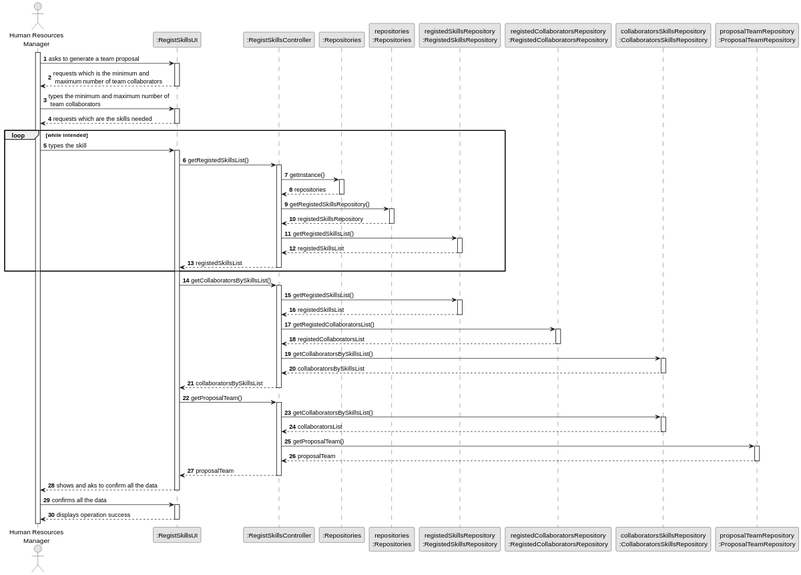
Above: docs/sprint2/us005/03.design/svg/us005-sequence-diagram-full.svg in 1231360-ISEP/lei-24-s2-1db-g021 (PlantUML), before the change. The source it was exported from:
```plantuml
@startuml
skinparam monochrome true
skinparam packageStyle rectangle
skinparam shadowing false

actor "Human Resources\nManager" as HRM
participant ":RegistSkillsUI" as UI
participant ":RegistSkillsController" as CTRL
participant ":Repositories" as RepositorySingleton
participant "repositories\n:Repositories" as PLAT
participant "registedSkillsRepository\n:RegistedSkillsRepository" as RegistedSkillsRepository
participant "registedCollaboratorsRepository\n:RegistedCollaboratorsRepository" as RegistedCollaboratorsRepository
participant "collaboratorsSkillsRepository\n:CollaboratorsSkillsRepository" as CollaboratorsSkillsRepository
participant "proposalTeamRepository\n:ProposalTeamRepository" as ProposalTeamRepository

autonumber 1

activate HRM

    HRM -> UI : asks to generate a team proposal
        activate UI

    UI --> HRM : requests which is the minimum and\n maximum number of team collaborators
    deactivate UI


    HRM -> UI : types the minimum and maximum number of\n team collaborators
        activate UI

    UI --> HRM : requests which are the skills needed
    deactivate UI

    loop while intended

            HRM -> UI : types the skill
        activate UI

            UI -> CTRL: getRegistedSkillsList()

        activate CTRL

            CTRL -> RepositorySingleton : getInstance()
        activate RepositorySingleton

        RepositorySingleton --> CTRL: repositories
        deactivate RepositorySingleton

            CTRL -> PLAT : getRegistedSkillsRepository()
        activate PLAT

        PLAT --> CTRL: registedSkillsRepository
        deactivate PLAT

            CTRL -> RegistedSkillsRepository : getRegistedSkillsList()
        activate RegistedSkillsRepository

        RegistedSkillsRepository --> CTRL : registedSkillsList
        deactivate RegistedSkillsRepository

        CTRL --> UI : registedSkillsList
        deactivate CTRL

    deactivate CTRL
    end

    UI -> CTRL: getCollaboratorsBySkillsList()

    activate CTRL

    CTRL -> RegistedSkillsRepository : getRegistedSkillsList()
    activate RegistedSkillsRepository

        RegistedSkillsRepository --> CTRL : registedSkillsList
    deactivate RegistedSkillsRepository

    CTRL -> RegistedCollaboratorsRepository : getRegistedCollaboratorsList()
        activate RegistedCollaboratorsRepository

        RegistedCollaboratorsRepository --> CTRL: registedCollaboratorsList
        deactivate RegistedCollaboratorsRepository

        CTRL -> CollaboratorsSkillsRepository : getCollaboratorsBySkillsList()
    activate CollaboratorsSkillsRepository

    CollaboratorsSkillsRepository --> CTRL : collaboratorsBySkillsList
    deactivate CollaboratorsSkillsRepository

    CTRL --> UI : collaboratorsBySkillsList
    deactivate CTRL

    UI -> CTRL: getProposalTeam()

    activate CTRL

        CTRL -> CollaboratorsSkillsRepository : getCollaboratorsBySkillsList()
    activate CollaboratorsSkillsRepository

    CollaboratorsSkillsRepository --> CTRL: collaboratorsList
    deactivate CollaboratorsSkillsRepository

        CTRL -> ProposalTeamRepository : getProposalTeam()
    activate ProposalTeamRepository

    ProposalTeamRepository --> CTRL : proposalTeam
    deactivate ProposalTeamRepository

    CTRL --> UI : proposalTeam
    deactivate CTRL


    UI --> HRM : shows and aks to confirm all the data
    deactivate UI

    HRM -> UI : confirms all the data
    activate UI

    UI --> HRM : displays operation success
    deactivate UI
@enduml
```
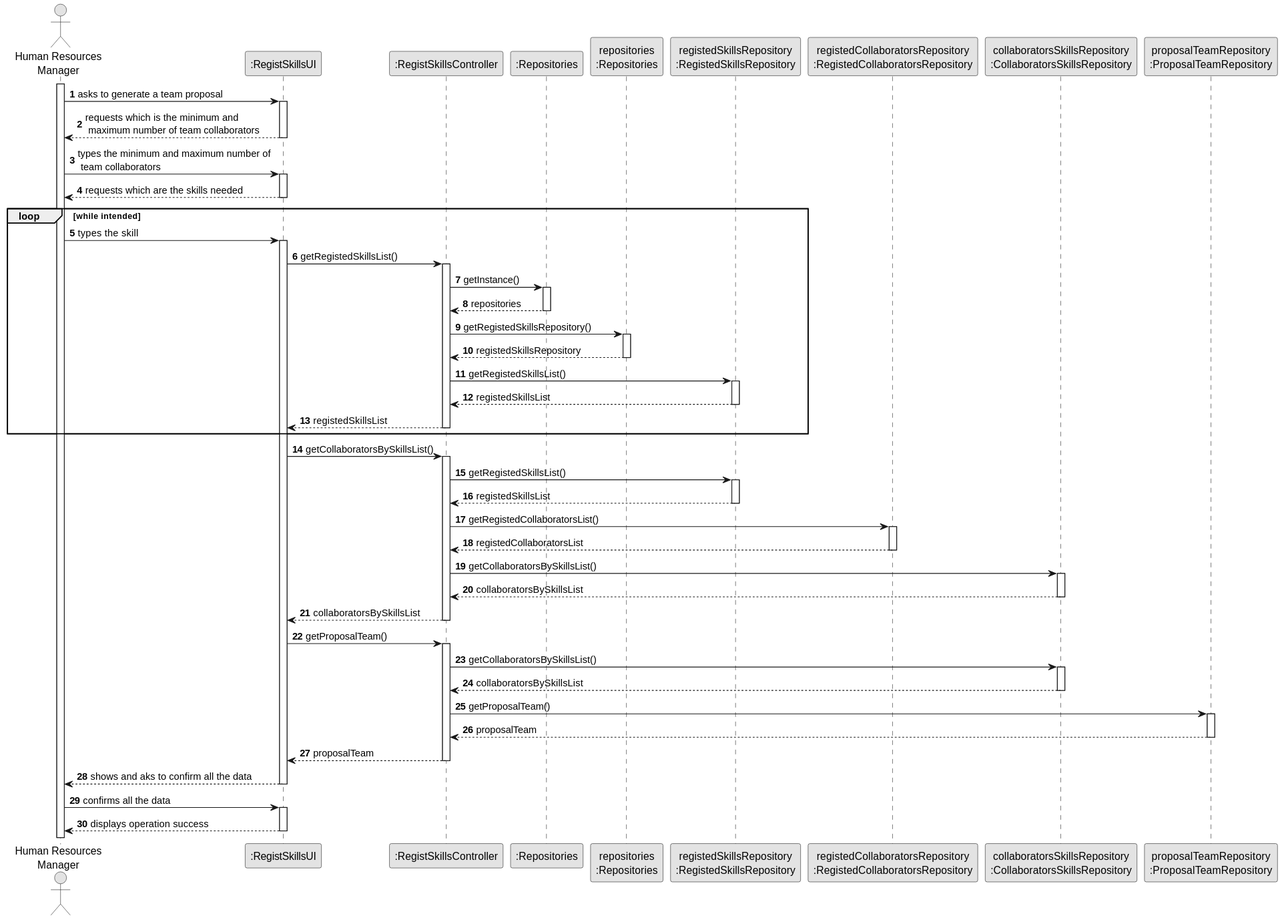
After the commit.

The edit, as a diff of the source:
```diff
@@ -95,7 +95,7 @@
         CTRL -> CollaboratorsSkillsRepository : getCollaboratorsBySkillsList()
     activate CollaboratorsSkillsRepository
 
-    CollaboratorsSkillsRepository --> CTRL: collaboratorsList
+    CollaboratorsSkillsRepository --> CTRL: collaboratorsBySkillsList
     deactivate CollaboratorsSkillsRepository
 
         CTRL -> ProposalTeamRepository : getProposalTeam()
```
